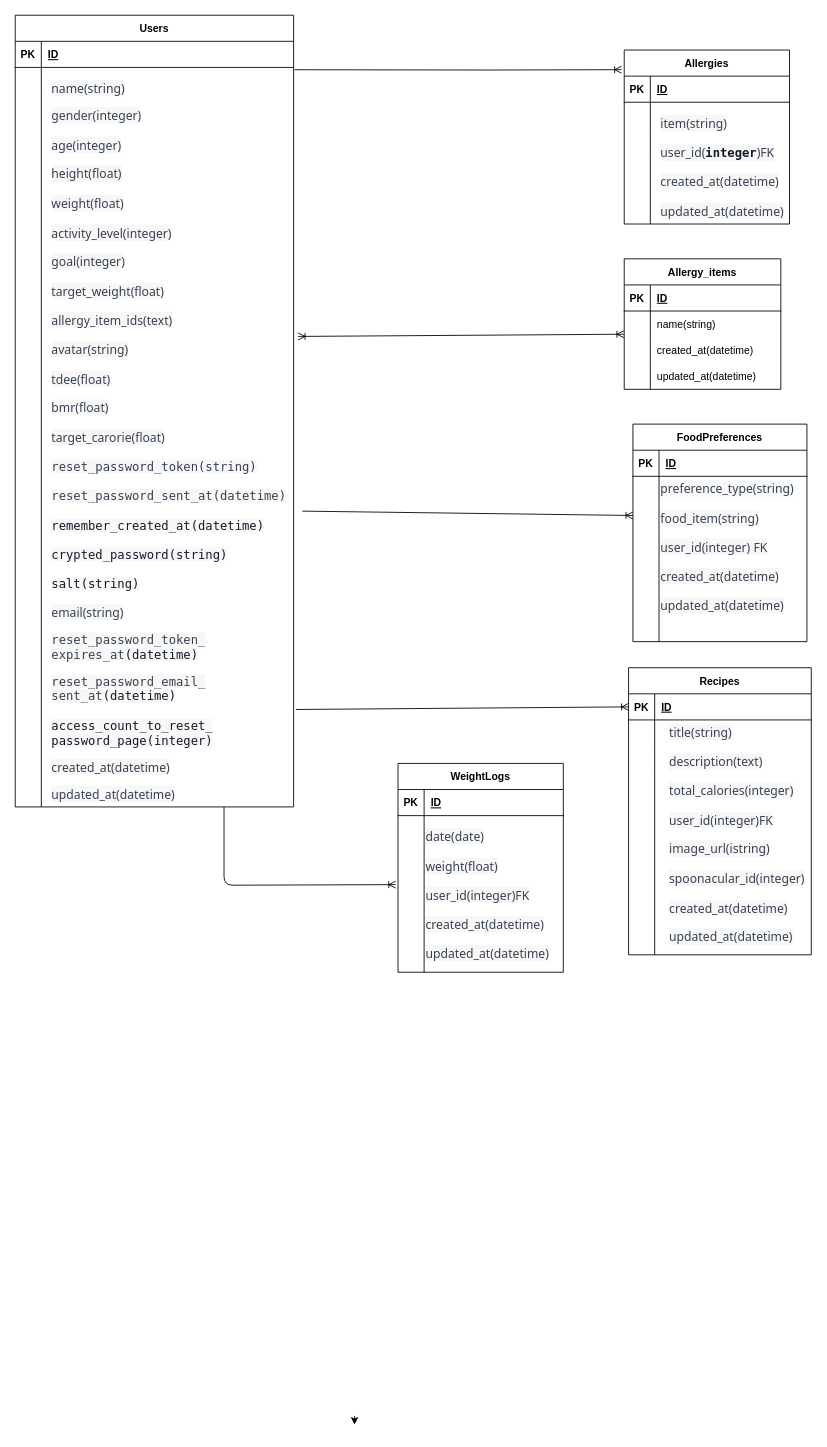
Earlier version of the draw.io diagram er.dio (sakamoto-kohei-44/Fat-Recipe). Source tidied: cells renumbered, new cells numbered last; positions are measured from the earlier drawing's top-left corner, leaving out a move shared by most shapes. Both pictures are drawn from the tidied source at 87%, with x=0, y=0 at pixel (15, 15).
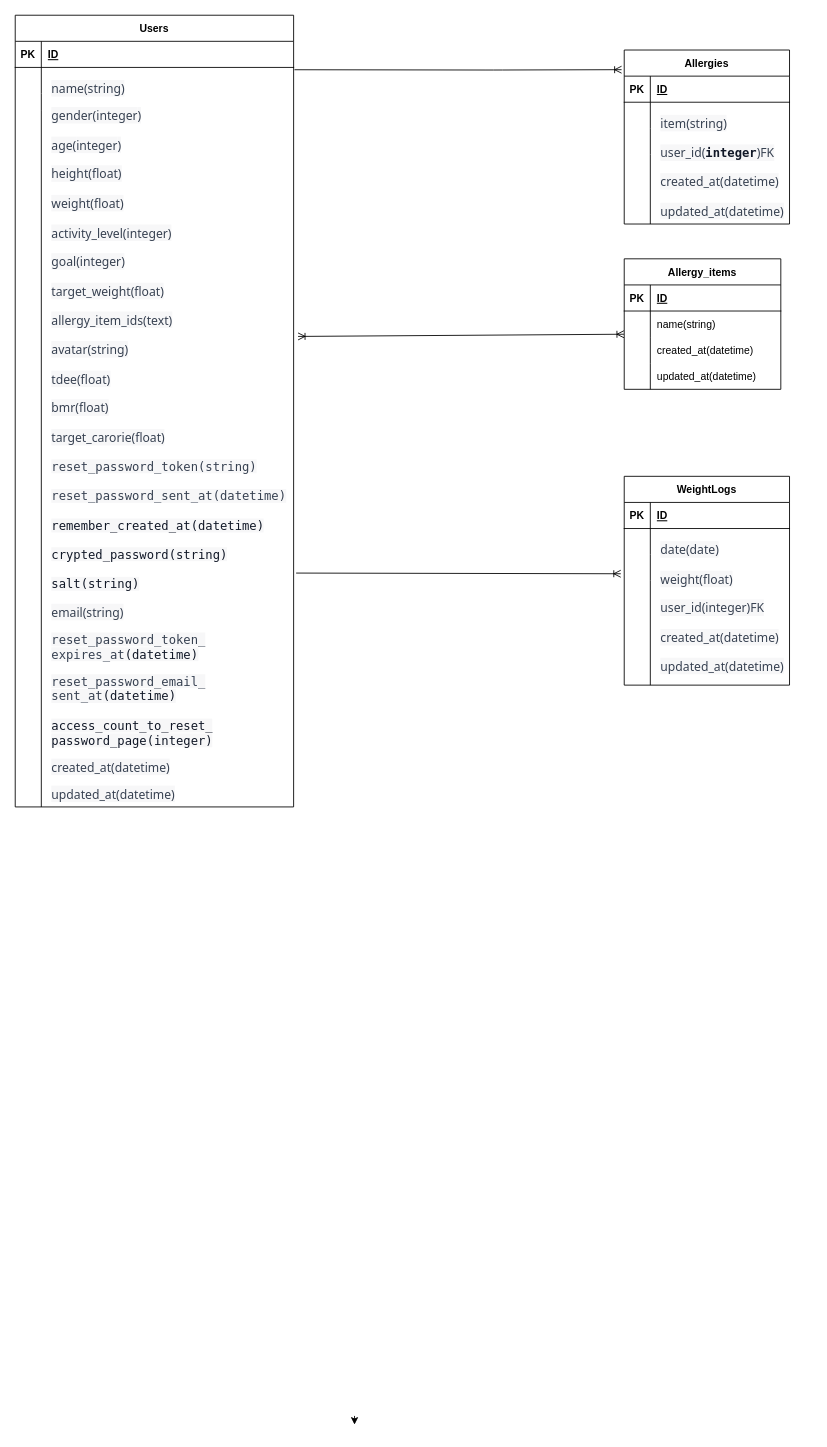
The same diagram, later.

The change refers to these unchanged cells:
```xml
<mxCell id="40" style="shape=tableRow;horizontal=0;startSize=0;swimlaneHead=0;swimlaneBody=0;fillColor=none;points=[[0,0.5],[1,0.5]];portConstraint=eastwest;top=0;left=0;right=0;bottom=0;fontSize=12;" parent="33" vertex="1">
  <mxGeometry y="90" width="190" height="30" as="geometry" />
</mxCell>
<mxCell id="43" style="shape=tableRow;horizontal=0;startSize=0;swimlaneHead=0;swimlaneBody=0;fillColor=none;points=[[0,0.5],[1,0.5]];portConstraint=eastwest;top=0;left=0;right=0;bottom=0;fontSize=12;" parent="33" vertex="1">
  <mxGeometry y="120" width="190" height="120" as="geometry" />
</mxCell>
<mxCell id="71" style="shape=tableRow;horizontal=0;startSize=0;swimlaneHead=0;swimlaneBody=0;fillColor=none;points=[[0,0.5],[1,0.5]];portConstraint=eastwest;top=0;left=0;right=0;bottom=0;fontSize=12;" parent="61" vertex="1">
  <mxGeometry y="110" width="320" height="800" as="geometry" />
</mxCell>
```

The edit, as a diff of the source:
```diff
@@
-    <mxCell id="2" value="Recipes" style="shape=table;startSize=30;childLayout=tableLayout;rowLines=0;fontStyle=1;align=center;fontSize=12;" parent="1" vertex="1">
-      <mxGeometry x="705" y="750" width="210" height="330" as="geometry" />
-    </mxCell>
-    <mxCell id="3" style="shape=tableRow;horizontal=0;startSize=0;swimlaneHead=0;swimlaneBody=0;fillColor=none;points=[[0,0.5],[1,0.5]];portConstraint=eastwest;top=0;left=0;right=0;bottom=1;fontSize=12;" parent="2" vertex="1">
-      <mxGeometry y="30" width="210" height="30" as="geometry" />
-    </mxCell>
-    <mxCell id="4" value="PK" style="shape=partialRectangle;fillColor=none;top=0;left=0;bottom=0;right=0;fontStyle=1;overflow=hidden;fontSize=12;" parent="3" vertex="1">
-      <mxGeometry width="30" height="30" as="geometry" />
-    </mxCell>
-    <mxCell id="5" value="ID" style="shape=partialRectangle;fillColor=none;top=0;left=0;bottom=0;right=0;align=left;spacingLeft=6;fontStyle=5;overflow=hidden;fontSize=12;" parent="3" vertex="1">
-      <mxGeometry x="30" width="180" height="30" as="geometry" />
-    </mxCell>
-    <mxCell id="6" style="shape=tableRow;horizontal=0;startSize=0;swimlaneHead=0;swimlaneBody=0;fillColor=none;top=0;left=0;right=0;bottom=0;fontSize=12;" parent="2" vertex="1">
-      <mxGeometry y="60" width="210" height="30" as="geometry" />
-    </mxCell>
-    <mxCell id="7" style="shape=partialRectangle;fillColor=none;top=0;left=0;bottom=0;right=0;overflow=hidden;fontSize=12;" parent="6" vertex="1">
-      <mxGeometry width="30" height="30" as="geometry" />
-    </mxCell>
-    <mxCell id="8" style="shape=partialRectangle;fillColor=none;top=0;left=0;bottom=0;right=0;align=left;spacingLeft=6;overflow=hidden;fontSize=12;" parent="6" vertex="1">
-      <mxGeometry x="30" width="180" height="30" as="geometry" />
-    </mxCell>
-    <mxCell id="9" style="shape=tableRow;horizontal=0;startSize=0;swimlaneHead=0;swimlaneBody=0;fillColor=none;top=0;left=0;right=0;bottom=0;fontSize=12;" parent="2" vertex="1">
-      <mxGeometry y="90" width="210" height="30" as="geometry" />
-    </mxCell>
-    <mxCell id="10" style="shape=partialRectangle;fillColor=none;top=0;left=0;bottom=0;right=0;overflow=hidden;fontSize=12;" parent="9" vertex="1">
-      <mxGeometry width="30" height="30" as="geometry" />
-    </mxCell>
-    <mxCell id="11" style="shape=partialRectangle;fillColor=none;top=0;left=0;bottom=0;right=0;align=left;spacingLeft=6;overflow=hidden;fontSize=12;" parent="9" vertex="1">
-      <mxGeometry x="30" width="180" height="30" as="geometry" />
-    </mxCell>
-    <mxCell id="12" style="shape=tableRow;horizontal=0;startSize=0;swimlaneHead=0;swimlaneBody=0;fillColor=none;top=0;left=0;right=0;bottom=0;fontSize=12;" parent="2" vertex="1">
-      <mxGeometry y="120" width="210" height="210" as="geometry" />
-    </mxCell>
-    <mxCell id="13" style="shape=partialRectangle;fillColor=none;top=0;left=0;bottom=0;right=0;overflow=hidden;fontSize=12;" parent="12" vertex="1">
-      <mxGeometry width="30" height="210" as="geometry" />
-    </mxCell>
-    <mxCell id="14" style="shape=partialRectangle;fillColor=none;top=0;left=0;bottom=0;right=0;align=left;spacingLeft=6;overflow=hidden;fontSize=12;" parent="12" vertex="1">
-      <mxGeometry x="30" width="180" height="210" as="geometry" />
-    </mxCell>
-    <mxCell id="15" value="&lt;span style=&quot;color: rgb(55, 65, 81); font-family: Söhne, ui-sans-serif, system-ui, -apple-system, &amp;quot;Segoe UI&amp;quot;, Roboto, Ubuntu, Cantarell, &amp;quot;Noto Sans&amp;quot;, sans-serif, &amp;quot;Helvetica Neue&amp;quot;, Arial, &amp;quot;Apple Color Emoji&amp;quot;, &amp;quot;Segoe UI Emoji&amp;quot;, &amp;quot;Segoe UI Symbol&amp;quot;, &amp;quot;Noto Color Emoji&amp;quot;; font-size: 14px; font-style: normal; font-variant-ligatures: normal; font-variant-caps: normal; font-weight: 400; letter-spacing: normal; orphans: 2; text-align: left; text-indent: 0px; text-transform: none; widows: 2; word-spacing: 0px; -webkit-text-stroke-width: 0px; background-color: rgb(247, 247, 248); text-decoration-thickness: initial; text-decoration-style: initial; text-decoration-color: initial; float: none; display: inline !important;&quot;&gt;title(string)&lt;br&gt;&lt;br&gt;description(text)&lt;br&gt;&lt;br&gt;&lt;span style=&quot;&quot;&gt;total_calories(&lt;/span&gt;&lt;span style=&quot;&quot;&gt;integer&lt;/span&gt;&lt;span style=&quot;&quot;&gt;)&lt;br&gt;&lt;/span&gt;&lt;span style=&quot;&quot;&gt;&lt;br&gt;user_id(integer)FK&lt;br&gt;&lt;br&gt;image_url(istring)&lt;br&gt;&lt;br&gt;spoonacular_id(integer)&lt;br&gt;&lt;/span&gt;&lt;span style=&quot;&quot;&gt;&lt;br&gt;&lt;/span&gt;&lt;span style=&quot;border-color: var(--border-color);&quot;&gt;created_at(datetime)&lt;/span&gt;&lt;br style=&quot;border-color: var(--border-color); color: rgb(0, 0, 0); font-family: Helvetica; font-size: 12px; background-color: rgb(251, 251, 251);&quot;&gt;&lt;br style=&quot;border-color: var(--border-color); color: rgb(0, 0, 0); font-family: Helvetica; font-size: 12px; background-color: rgb(251, 251, 251);&quot;&gt;&lt;span style=&quot;border-color: var(--border-color);&quot;&gt;updated_at(datetime)&lt;/span&gt;&lt;span style=&quot;&quot;&gt;&lt;br&gt;&lt;/span&gt;&lt;br&gt;&lt;br&gt;&lt;/span&gt;" style="text;whiteSpace=wrap;html=1;fontSize=12;" parent="1" vertex="1">
-      <mxGeometry x="750" y="810" width="60" height="10" as="geometry" />
-    </mxCell>
-    <mxCell id="16" value="FoodPreferences" style="shape=table;startSize=30;childLayout=tableLayout;rowLines=0;fontStyle=1;align=center;fontSize=12;" parent="1" vertex="1">
-      <mxGeometry x="710" y="470" width="200" height="250" as="geometry" />
-    </mxCell>
-    <mxCell id="17" style="shape=tableRow;horizontal=0;startSize=0;swimlaneHead=0;swimlaneBody=0;fillColor=none;top=0;left=0;right=0;bottom=1;fontSize=12;" parent="16" vertex="1">
-      <mxGeometry y="30" width="200" height="30" as="geometry" />
-    </mxCell>
-    <mxCell id="18" value="PK" style="shape=partialRectangle;fillColor=none;top=0;left=0;bottom=0;right=0;fontStyle=1;overflow=hidden;fontSize=12;" parent="17" vertex="1">
-      <mxGeometry width="30" height="30" as="geometry" />
-    </mxCell>
-    <mxCell id="19" value="ID" style="shape=partialRectangle;fillColor=none;top=0;left=0;bottom=0;right=0;align=left;spacingLeft=6;fontStyle=5;overflow=hidden;fontSize=12;" parent="17" vertex="1">
-      <mxGeometry x="30" width="170" height="30" as="geometry" />
-    </mxCell>
-    <mxCell id="20" style="shape=tableRow;horizontal=0;startSize=0;swimlaneHead=0;swimlaneBody=0;fillColor=none;top=0;left=0;right=0;bottom=0;fontSize=12;" parent="16" vertex="1">
-      <mxGeometry y="60" width="200" height="30" as="geometry" />
-    </mxCell>
-    <mxCell id="21" style="shape=partialRectangle;fillColor=none;top=0;left=0;bottom=0;right=0;overflow=hidden;fontSize=12;" parent="20" vertex="1">
-      <mxGeometry width="30" height="30" as="geometry" />
-    </mxCell>
-    <mxCell id="22" style="shape=partialRectangle;fillColor=none;top=0;left=0;bottom=0;right=0;align=left;spacingLeft=6;overflow=hidden;fontSize=12;" parent="20" vertex="1">
-      <mxGeometry x="30" width="170" height="30" as="geometry" />
-    </mxCell>
-    <mxCell id="23" style="shape=tableRow;horizontal=0;startSize=0;swimlaneHead=0;swimlaneBody=0;fillColor=none;points=[[0,0.5],[1,0.5]];portConstraint=eastwest;top=0;left=0;right=0;bottom=0;fontSize=12;" parent="16" vertex="1">
-      <mxGeometry y="90" width="200" height="30" as="geometry" />
-    </mxCell>
-    <mxCell id="24" style="shape=partialRectangle;fillColor=none;top=0;left=0;bottom=0;right=0;overflow=hidden;fontSize=12;" parent="23" vertex="1">
-      <mxGeometry width="30" height="30" as="geometry" />
-    </mxCell>
-    <mxCell id="25" style="shape=partialRectangle;fillColor=none;top=0;left=0;bottom=0;right=0;align=left;spacingLeft=6;overflow=hidden;fontSize=12;" parent="23" vertex="1">
-      <mxGeometry x="30" width="170" height="30" as="geometry" />
-    </mxCell>
-    <mxCell id="26" style="shape=tableRow;horizontal=0;startSize=0;swimlaneHead=0;swimlaneBody=0;fillColor=none;top=0;left=0;right=0;bottom=0;fontSize=12;" parent="16" vertex="1">
-      <mxGeometry y="120" width="200" height="110" as="geometry" />
-    </mxCell>
-    <mxCell id="27" style="shape=partialRectangle;fillColor=none;top=0;left=0;bottom=0;right=0;overflow=hidden;fontSize=12;" parent="26" vertex="1">
-      <mxGeometry width="30" height="110" as="geometry" />
-    </mxCell>
-    <mxCell id="28" style="shape=partialRectangle;fillColor=none;top=0;left=0;bottom=0;right=0;align=left;spacingLeft=6;overflow=hidden;fontSize=12;" parent="26" vertex="1">
-      <mxGeometry x="30" width="170" height="110" as="geometry" />
-    </mxCell>
-    <mxCell id="29" style="shape=tableRow;horizontal=0;startSize=0;swimlaneHead=0;swimlaneBody=0;fillColor=none;top=0;left=0;right=0;bottom=0;fontSize=12;" parent="16" vertex="1">
-      <mxGeometry y="230" width="200" height="20" as="geometry" />
-    </mxCell>
-    <mxCell id="30" style="shape=partialRectangle;fillColor=none;top=0;left=0;bottom=0;right=0;overflow=hidden;fontSize=12;" parent="29" vertex="1">
-      <mxGeometry width="30" height="20" as="geometry" />
-    </mxCell>
-    <mxCell id="31" style="shape=partialRectangle;fillColor=none;top=0;left=0;bottom=0;right=0;align=left;spacingLeft=6;overflow=hidden;fontSize=12;" parent="29" vertex="1">
-      <mxGeometry x="30" width="170" height="20" as="geometry" />
-    </mxCell>
-    <mxCell id="32" value="&lt;span style=&quot;color: rgb(55, 65, 81); font-family: Söhne, ui-sans-serif, system-ui, -apple-system, &amp;quot;Segoe UI&amp;quot;, Roboto, Ubuntu, Cantarell, &amp;quot;Noto Sans&amp;quot;, sans-serif, &amp;quot;Helvetica Neue&amp;quot;, Arial, &amp;quot;Apple Color Emoji&amp;quot;, &amp;quot;Segoe UI Emoji&amp;quot;, &amp;quot;Segoe UI Symbol&amp;quot;, &amp;quot;Noto Color Emoji&amp;quot;; font-size: 14px; font-style: normal; font-variant-ligatures: normal; font-variant-caps: normal; font-weight: 400; letter-spacing: normal; orphans: 2; text-align: left; text-indent: 0px; text-transform: none; widows: 2; word-spacing: 0px; -webkit-text-stroke-width: 0px; background-color: rgb(247, 247, 248); text-decoration-thickness: initial; text-decoration-style: initial; text-decoration-color: initial; float: none; display: inline !important;&quot;&gt;preference_type(&lt;span style=&quot;&quot;&gt;string&lt;/span&gt;)&lt;br&gt;&lt;br&gt;&lt;span style=&quot;&quot;&gt;food_item(string)&lt;br&gt;&lt;/span&gt;&lt;br&gt;user_id(integer) FK&lt;br&gt;&lt;br&gt;&lt;span style=&quot;border-color: var(--border-color);&quot;&gt;created_at(datetime)&lt;/span&gt;&lt;br style=&quot;border-color: var(--border-color); color: rgb(0, 0, 0); font-family: Helvetica; font-size: 12px; background-color: rgb(251, 251, 251);&quot;&gt;&lt;br style=&quot;border-color: var(--border-color); color: rgb(0, 0, 0); font-family: Helvetica; font-size: 12px; background-color: rgb(251, 251, 251);&quot;&gt;&lt;span style=&quot;border-color: var(--border-color);&quot;&gt;updated_at(datetime)&lt;/span&gt;&lt;br&gt;&lt;/span&gt;" style="text;whiteSpace=wrap;html=1;fontSize=12;" parent="1" vertex="1">
-      <mxGeometry x="740" y="530" width="140" height="40" as="geometry" />
-    </mxCell>
     <mxCell id="33" value="WeightLogs" style="shape=table;startSize=30;childLayout=tableLayout;rowLines=0;fontStyle=1;align=center;fontSize=12;" parent="1" vertex="1">
-      <mxGeometry x="440" y="860" width="190" height="240" as="geometry" />
+      <mxGeometry x="700" y="530" width="190" height="240" as="geometry" />
     </mxCell>
@@
     <mxCell id="46" value="&lt;span style=&quot;color: rgb(55, 65, 81); font-family: Söhne, ui-sans-serif, system-ui, -apple-system, &amp;quot;Segoe UI&amp;quot;, Roboto, Ubuntu, Cantarell, &amp;quot;Noto Sans&amp;quot;, sans-serif, &amp;quot;Helvetica Neue&amp;quot;, Arial, &amp;quot;Apple Color Emoji&amp;quot;, &amp;quot;Segoe UI Emoji&amp;quot;, &amp;quot;Segoe UI Symbol&amp;quot;, &amp;quot;Noto Color Emoji&amp;quot;; font-size: 14px; font-style: normal; font-variant-ligatures: normal; font-variant-caps: normal; font-weight: 400; letter-spacing: normal; orphans: 2; text-align: left; text-indent: 0px; text-transform: none; widows: 2; word-spacing: 0px; -webkit-text-stroke-width: 0px; background-color: rgb(247, 247, 248); text-decoration-thickness: initial; text-decoration-style: initial; text-decoration-color: initial; float: none; display: inline !important;&quot;&gt;date(date)&lt;br&gt;&lt;br&gt;weight(float)&lt;br&gt;&lt;br&gt;user_id(integer)FK&lt;br&gt;&lt;br&gt;&lt;span style=&quot;border-color: var(--border-color);&quot;&gt;created_at(datetime)&lt;/span&gt;&lt;br style=&quot;border-color: var(--border-color); color: rgb(0, 0, 0); font-family: Helvetica; font-size: 12px; background-color: rgb(251, 251, 251);&quot;&gt;&lt;br style=&quot;border-color: var(--border-color); color: rgb(0, 0, 0); font-family: Helvetica; font-size: 12px; background-color: rgb(251, 251, 251);&quot;&gt;&lt;span style=&quot;border-color: var(--border-color);&quot;&gt;updated_at(datetime)&lt;/span&gt;&lt;br&gt;&lt;/span&gt;" style="text;whiteSpace=wrap;html=1;fontSize=12;" parent="1" vertex="1">
-      <mxGeometry x="470" y="930" width="60" height="40" as="geometry" />
+      <mxGeometry x="740" y="600" width="60" height="40" as="geometry" />
     </mxCell>
@@
-    <mxCell id="90" style="fontSize=12;html=1;endArrow=ERoneToMany;fontColor=#000000;entryX=0;entryY=0.5;entryDx=0;entryDy=0;" parent="1" edge="1" target="23">
-      <mxGeometry relative="1" as="geometry">
-        <mxPoint x="330" y="570" as="sourcePoint" />
-      </mxGeometry>
-    </mxCell>
@@
-    <mxCell id="92" style="fontSize=12;html=1;endArrow=ERoneToMany;fontColor=#000000;entryX=0;entryY=0.5;entryDx=0;entryDy=0;exitX=1.008;exitY=0.86;exitDx=0;exitDy=0;exitPerimeter=0;" parent="1" edge="1" source="71" target="3">
-      <mxGeometry relative="1" as="geometry" />
-    </mxCell>
-    <mxCell id="93" style="fontSize=12;html=1;endArrow=ERoneToMany;fontColor=#000000;entryX=-0.014;entryY=0.161;entryDx=0;entryDy=0;entryPerimeter=0;" parent="1" edge="1" target="43">
-      <mxGeometry relative="1" as="geometry">
-        <mxPoint x="240" y="910" as="sourcePoint" />
-        <Array as="points">
-          <mxPoint x="240" y="1000" />
-        </Array>
-      </mxGeometry>
-    </mxCell>
+    <mxCell id="94" style="fontSize=12;html=1;endArrow=ERoneToMany;exitX=1.009;exitY=0.664;exitDx=0;exitDy=0;exitPerimeter=0;entryX=-0.021;entryY=0.733;entryDx=0;entryDy=0;entryPerimeter=0;" parent="1" edge="1" source="71" target="40">
+      <mxGeometry relative="1" as="geometry" />
+    </mxCell>
```
